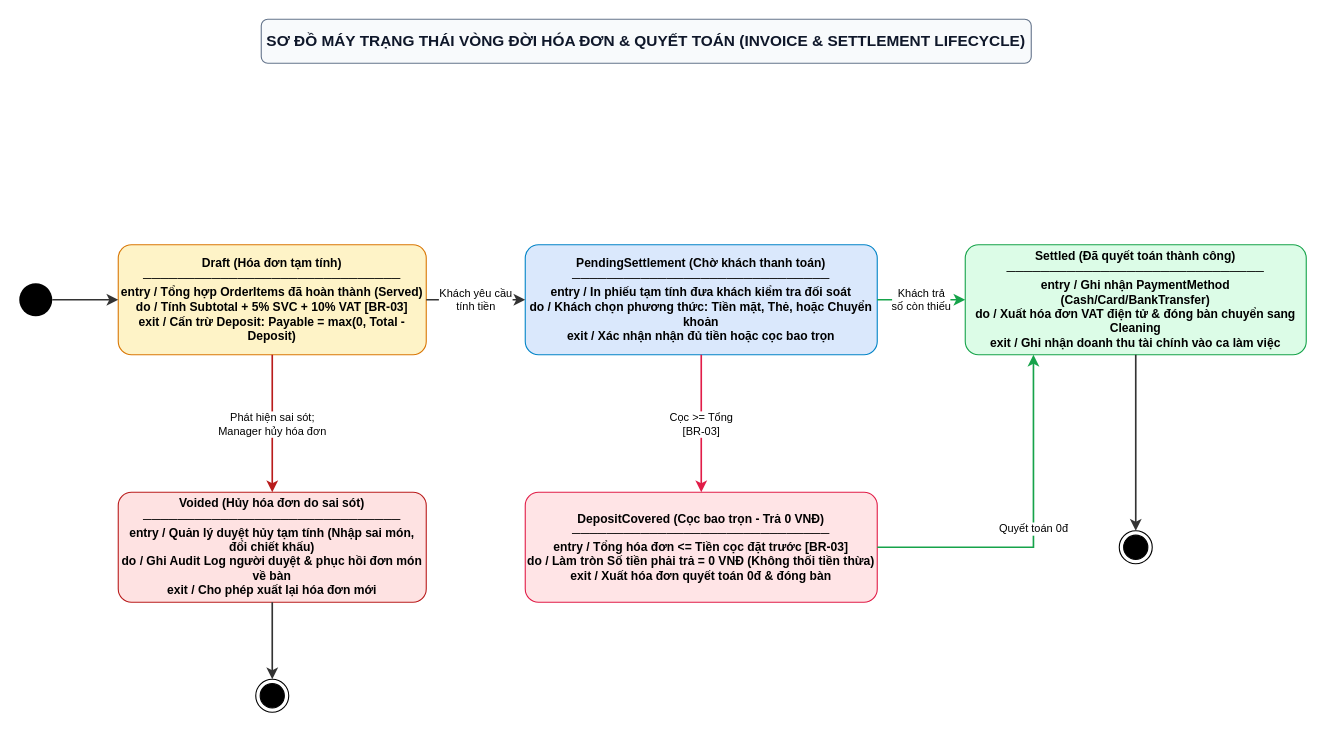
The draw.io diagram docs/phase1/drawio/state_invoice_lifecycle.drawio in AndrewQng/VinDining, before the edit. Source tidied: cells renumbered, new cells numbered last; positions are measured from the earlier drawing's top-left corner, leaving out a move shared by most shapes. Both pictures are drawn from the tidied source at 110%, with x=0, y=0 at pixel (19, 19).
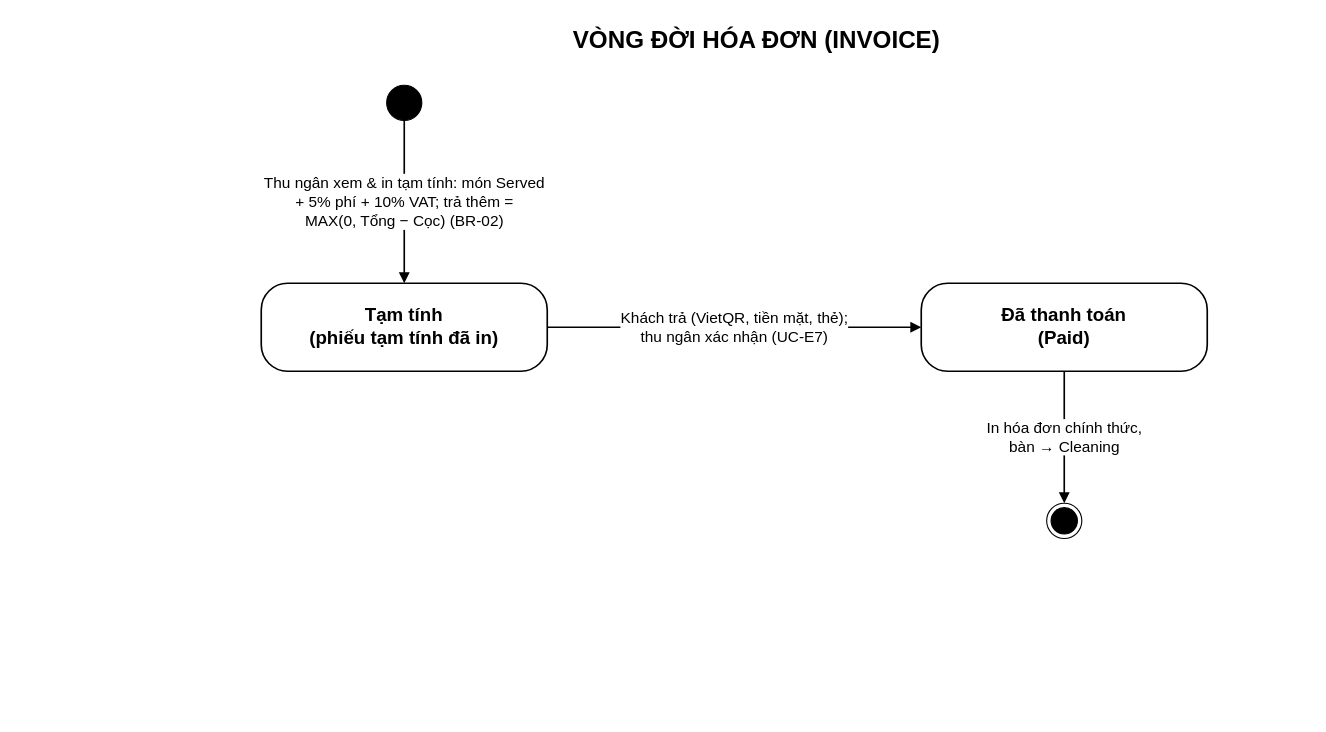
The same diagram, later.

Diff of the diagram source:
```diff
@@
-    <mxCell id="2" value="SƠ ĐỒ MÁY TRẠNG THÁI VÒNG ĐỜI HÓA ĐƠN &amp; QUYẾT TOÁN (INVOICE &amp; SETTLEMENT LIFECYCLE)" style="rounded=1;whiteSpace=wrap;html=1;fillColor=#f8fafc;strokeColor=#64748b;fontStyle=1;fontSize=14;fontColor=#0f172a;" parent="1" vertex="1">
-      <mxGeometry x="220" width="700" height="40" as="geometry" />
+    <mxCell id="2" value="VÒNG ĐỜI HÓA ĐƠN (INVOICE)" style="text;html=1;fontSize=22;fontStyle=1;align=center;" parent="1" vertex="1">
+      <mxGeometry x="220" width="900" height="40" as="geometry" />
     </mxCell>
-    <mxCell id="3" style="ellipse;whiteSpace=wrap;html=1;fillColor=#000000;strokeColor=none;" parent="1" vertex="1">
-      <mxGeometry y="240" width="30" height="30" as="geometry" />
-    </mxCell>
-    <mxCell id="4" value="Draft (Hóa đơn tạm tính)&#10;──────────────────────────────&#10;entry / Tổng hợp OrderItems đã hoàn thành (Served)&#10;do / Tính Subtotal + 5% SVC + 10% VAT [BR-03]&#10;exit / Cấn trừ Deposit: Payable = max(0, Total - Deposit)" style="rounded=1;arcSize=12;whiteSpace=wrap;html=1;fillColor=#fef3c7;strokeColor=#d97706;fontStyle=1;fontSize=11;align=center;verticalAlign=middle;" parent="1" vertex="1">
-      <mxGeometry x="90" y="205" width="280" height="100" as="geometry" />
-    </mxCell>
-    <mxCell id="5" value="PendingSettlement (Chờ khách thanh toán)&#10;──────────────────────────────&#10;entry / In phiếu tạm tính đưa khách kiểm tra đối soát&#10;do / Khách chọn phương thức: Tiền mặt, Thẻ, hoặc Chuyển khoản&#10;exit / Xác nhận nhận đủ tiền hoặc cọc bao trọn" style="rounded=1;arcSize=12;whiteSpace=wrap;html=1;fillColor=#dae8fc;strokeColor=#0284c7;fontStyle=1;fontSize=11;align=center;verticalAlign=middle;" parent="1" vertex="1">
-      <mxGeometry x="460" y="205" width="320" height="100" as="geometry" />
-    </mxCell>
-    <mxCell id="6" value="Settled (Đã quyết toán thành công)&#10;──────────────────────────────&#10;entry / Ghi nhận PaymentMethod (Cash/Card/BankTransfer)&#10;do / Xuất hóa đơn VAT điện tử &amp; đóng bàn chuyển sang Cleaning&#10;exit / Ghi nhận doanh thu tài chính vào ca làm việc" style="rounded=1;arcSize=12;whiteSpace=wrap;html=1;fillColor=#dcfce7;strokeColor=#16a34a;fontStyle=1;fontSize=11;align=center;verticalAlign=middle;" parent="1" vertex="1">
-      <mxGeometry x="860" y="205" width="310" height="100" as="geometry" />
-    </mxCell>
-    <mxCell id="7" value="DepositCovered (Cọc bao trọn - Trả 0 VNĐ)&#10;──────────────────────────────&#10;entry / Tổng hóa đơn &lt;= Tiền cọc đặt trước [BR-03]&#10;do / Làm tròn Số tiền phải trả = 0 VNĐ (Không thối tiền thừa)&#10;exit / Xuất hóa đơn quyết toán 0đ &amp; đóng bàn" style="rounded=1;arcSize=12;whiteSpace=wrap;html=1;fillColor=#ffe4e6;strokeColor=#e11d48;fontStyle=1;fontSize=11;align=center;verticalAlign=middle;" parent="1" vertex="1">
-      <mxGeometry x="460" y="430" width="320" height="100" as="geometry" />
-    </mxCell>
-    <mxCell id="8" value="Voided (Hủy hóa đơn do sai sót)&#10;──────────────────────────────&#10;entry / Quản lý duyệt hủy tạm tính (Nhập sai món, đổi chiết khấu)&#10;do / Ghi Audit Log người duyệt &amp; phục hồi đơn món về bàn&#10;exit / Cho phép xuất lại hóa đơn mới" style="rounded=1;arcSize=12;whiteSpace=wrap;html=1;fillColor=#fee2e2;strokeColor=#b91c1c;fontStyle=1;fontSize=11;align=center;verticalAlign=middle;" parent="1" vertex="1">
-      <mxGeometry x="90" y="430" width="280" height="100" as="geometry" />
-    </mxCell>
-    <mxCell id="9" style="ellipse;html=1;shape=endState;fillColor=#000000;strokeColor=#000000;" parent="1" vertex="1">
-      <mxGeometry x="1000" y="465" width="30" height="30" as="geometry" />
-    </mxCell>
-    <mxCell id="10" style="ellipse;html=1;shape=endState;fillColor=#000000;strokeColor=#000000;" parent="1" vertex="1">
-      <mxGeometry x="215" y="600" width="30" height="30" as="geometry" />
-    </mxCell>
+    <mxCell id="19" style="ellipse;fillColor=#000000;strokeColor=#000000;" parent="1" vertex="1">
+      <mxGeometry x="334" y="60" width="32" height="32" as="geometry" />
+    </mxCell>
+    <mxCell id="20" value="Tạm tính&lt;br&gt;(phiếu tạm tính đã in)" style="rounded=1;arcSize=30;whiteSpace=wrap;html=1;fontSize=17;fontStyle=1;strokeWidth=1.5;" parent="1" vertex="1">
+      <mxGeometry x="220" y="240" width="260" height="80" as="geometry" />
+    </mxCell>
+    <mxCell id="21" value="Đã thanh toán&lt;br&gt;(Paid)" style="rounded=1;arcSize=30;whiteSpace=wrap;html=1;fontSize=17;fontStyle=1;strokeWidth=1.5;" parent="1" vertex="1">
+      <mxGeometry x="820" y="240" width="260" height="80" as="geometry" />
+    </mxCell>
+    <mxCell id="22" style="ellipse;shape=endState;fillColor=#000000;strokeColor=#000000;" parent="1" vertex="1">
+      <mxGeometry x="934" y="440" width="32" height="32" as="geometry" />
+    </mxCell>
-    <mxCell id="11" style="edgeStyle=orthogonalEdgeStyle;rounded=0;strokeColor=#333333;strokeWidth=1.5;html=1;exitX=1;exitY=0.5;entryX=0;entryY=0.5;" parent="1" edge="1" source="3" target="4">
+    <mxCell id="11" value="Thu ngân xem &amp; in tạm tính: món Served&lt;br&gt;+ 5% phí + 10% VAT; trả thêm =&lt;br&gt;MAX(0, Tổng − Cọc) (BR-02)" style="edgeStyle=orthogonalEdgeStyle;rounded=1;html=1;strokeWidth=1.5;fontSize=14;fontStyle=0;endArrow=block;endFill=1;labelBackgroundColor=#FFFFFF;exitX=0.5;exitY=1;exitDx=0;exitDy=0;entryX=0.5;entryY=0;entryDx=0;entryDy=0;" parent="1" edge="1" source="19" target="20">
       <mxGeometry relative="1" as="geometry" />
     </mxCell>
-    <mxCell id="12" value="Khách yêu cầu&#10;tính tiền" style="edgeStyle=orthogonalEdgeStyle;rounded=0;strokeColor=#333333;strokeWidth=1.5;html=1;fontSize=10;labelBackgroundColor=#ffffff;exitX=1;exitY=0.5;entryX=0;entryY=0.5;" parent="1" edge="1" source="4" target="5">
+    <mxCell id="12" value="Khách trả (VietQR, tiền mặt, thẻ);&lt;br&gt;thu ngân xác nhận (UC-E7)" style="edgeStyle=orthogonalEdgeStyle;rounded=1;html=1;strokeWidth=1.5;fontSize=14;fontStyle=0;endArrow=block;endFill=1;labelBackgroundColor=#FFFFFF;exitX=1;exitY=0.5;exitDx=0;exitDy=0;entryX=0;entryY=0.5;entryDx=0;entryDy=0;" parent="1" edge="1" source="20" target="21">
       <mxGeometry relative="1" as="geometry" />
     </mxCell>
-    <mxCell id="13" value="Khách trả&#10;số còn thiếu" style="edgeStyle=orthogonalEdgeStyle;rounded=0;strokeColor=#16a34a;strokeWidth=1.5;html=1;fontSize=10;labelBackgroundColor=#ffffff;exitX=1;exitY=0.5;entryX=0;entryY=0.5;" parent="1" edge="1" source="5" target="6">
+    <mxCell id="13" value="In hóa đơn chính thức,&lt;br&gt;bàn → Cleaning" style="edgeStyle=orthogonalEdgeStyle;rounded=1;html=1;strokeWidth=1.5;fontSize=14;fontStyle=0;endArrow=block;endFill=1;labelBackgroundColor=#FFFFFF;exitX=0.5;exitY=1;exitDx=0;exitDy=0;entryX=0.5;entryY=0;entryDx=0;entryDy=0;" parent="1" edge="1" source="21" target="22">
       <mxGeometry relative="1" as="geometry" />
     </mxCell>
-    <mxCell id="14" value="Cọc &gt;= Tổng&#10;[BR-03]" style="edgeStyle=orthogonalEdgeStyle;rounded=0;strokeColor=#e11d48;strokeWidth=1.5;html=1;fontSize=10;labelBackgroundColor=#ffffff;exitX=0.5;exitY=1;entryX=0.5;entryY=0;" parent="1" edge="1" source="5" target="7">
-      <mxGeometry relative="1" as="geometry" />
-    </mxCell>
-    <mxCell id="15" value="Quyết toán 0đ" style="edgeStyle=orthogonalEdgeStyle;rounded=0;strokeColor=#16a34a;strokeWidth=1.5;html=1;fontSize=10;labelBackgroundColor=#ffffff;exitX=1;exitY=0.5;entryX=0.2;entryY=1;" parent="1" edge="1" source="7" target="6">
-      <mxGeometry relative="1" as="geometry">
-        <Array as="points">
-          <mxPoint x="922" y="480" />
-        </Array>
-      </mxGeometry>
-    </mxCell>
-    <mxCell id="16" value="Phát hiện sai sót;&#10;Manager hủy hóa đơn" style="edgeStyle=orthogonalEdgeStyle;rounded=0;strokeColor=#b91c1c;strokeWidth=1.5;html=1;fontSize=10;labelBackgroundColor=#ffffff;exitX=0.5;exitY=1;entryX=0.5;entryY=0;" parent="1" edge="1" source="4" target="8">
-      <mxGeometry relative="1" as="geometry" />
-    </mxCell>
-    <mxCell id="17" style="edgeStyle=orthogonalEdgeStyle;rounded=0;strokeColor=#333333;strokeWidth=1.5;html=1;exitX=0.5;exitY=1;entryX=0.5;entryY=0;" parent="1" edge="1" source="8" target="10">
-      <mxGeometry relative="1" as="geometry" />
-    </mxCell>
-    <mxCell id="18" style="edgeStyle=orthogonalEdgeStyle;rounded=0;strokeColor=#333333;strokeWidth=1.5;html=1;exitX=0.5;exitY=1;entryX=0.5;entryY=0;" parent="1" edge="1" source="6" target="9">
-      <mxGeometry relative="1" as="geometry" />
-    </mxCell>
```
